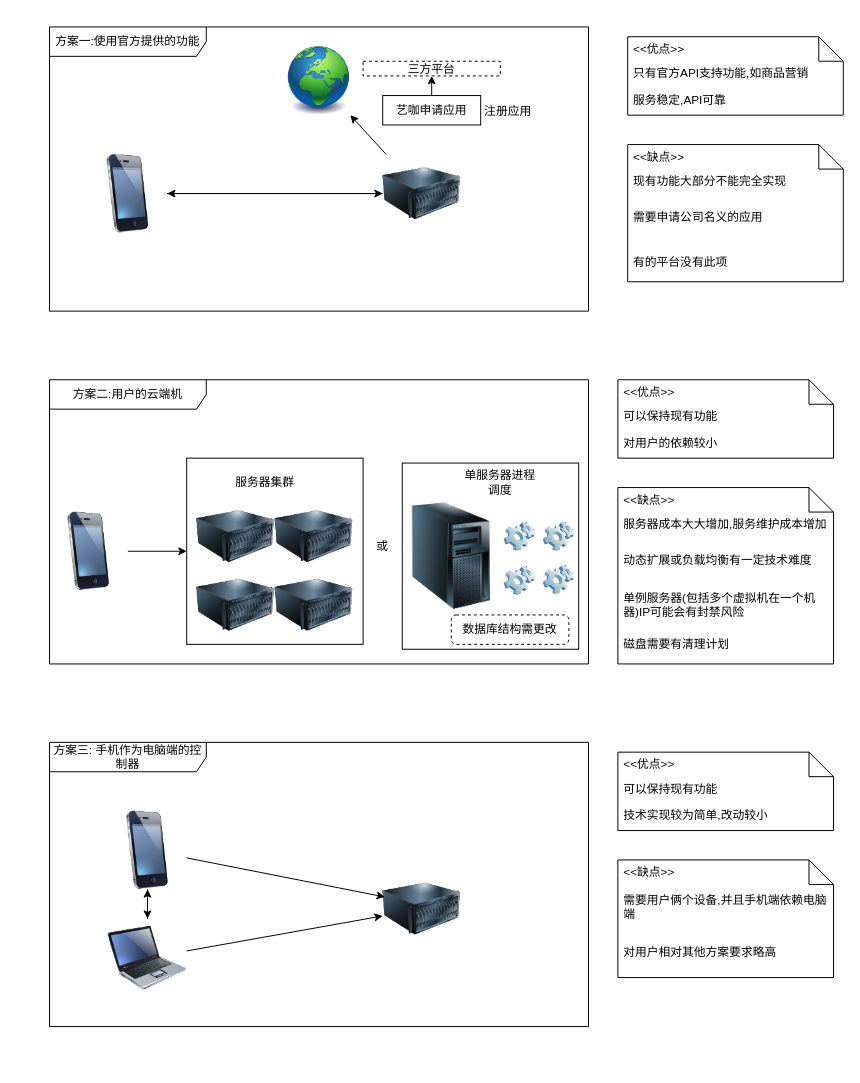
Above: app计划.dio in yikart/AiToEarn (draw.io), before the change. Source tidied: cells renumbered, new cells numbered last; positions are measured from the earlier drawing's top-left corner, leaving out a move shared by most shapes. Both pictures are drawn from the tidied source at 98%, with x=0, y=0 at pixel (49, 26).
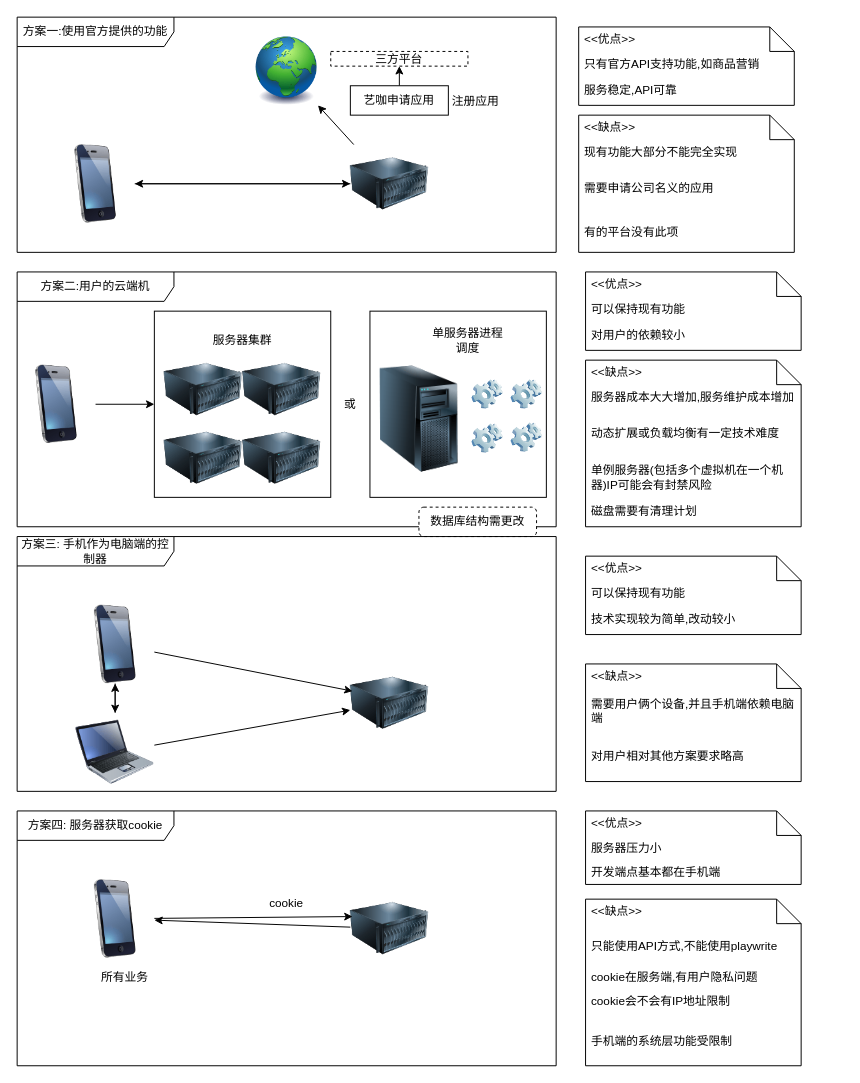
The same diagram, later.

Change to the diagram source:
```diff
@@
     <mxCell id="2" value="方案一:使用官方提供的功能" style="shape=umlFrame;whiteSpace=wrap;html=1;width=160;" parent="1" vertex="1">
-      <mxGeometry width="550" height="290" as="geometry" />
+      <mxGeometry x="-33" y="-10" width="550" height="240" as="geometry" />
     </mxCell>
@@
     <mxCell id="13" value="方案二:用户的云端机" style="shape=umlFrame;whiteSpace=wrap;html=1;width=160;" parent="1" vertex="1">
-      <mxGeometry y="360" width="550" height="290" as="geometry" />
+      <mxGeometry x="-33" y="250" width="550" height="260" as="geometry" />
     </mxCell>
@@
     <mxCell id="15" style="image;html=1;image=img/lib/clip_art/telecommunication/iPhone_128x128.png;" parent="13" vertex="1">
-      <mxGeometry y="135" width="80" height="80" as="geometry" />
+      <mxGeometry y="95" width="80" height="80" as="geometry" />
     </mxCell>
     <mxCell id="16" style="rounded=0;whiteSpace=wrap;html=1;" parent="13" vertex="1">
-      <mxGeometry x="140" y="80" width="180" height="190" as="geometry" />
+      <mxGeometry x="140" y="40" width="180" height="190" as="geometry" />
     </mxCell>
     <mxCell id="17" style="image;html=1;image=img/lib/clip_art/computers/Server_128x128.png;" parent="13" vertex="1">
-      <mxGeometry x="150" y="120" width="80" height="80" as="geometry" />
+      <mxGeometry x="150" y="80" width="80" height="80" as="geometry" />
     </mxCell>
     <mxCell id="18" style="image;html=1;image=img/lib/clip_art/computers/Server_128x128.png;" parent="13" vertex="1">
-      <mxGeometry x="230" y="120" width="80" height="80" as="geometry" />
+      <mxGeometry x="230" y="80" width="80" height="80" as="geometry" />
     </mxCell>
     <mxCell id="19" style="image;html=1;image=img/lib/clip_art/computers/Server_128x128.png;" parent="13" vertex="1">
-      <mxGeometry x="150" y="190" width="80" height="80" as="geometry" />
+      <mxGeometry x="150" y="150" width="80" height="80" as="geometry" />
     </mxCell>
     <mxCell id="20" style="image;html=1;image=img/lib/clip_art/computers/Server_128x128.png;" parent="13" vertex="1">
-      <mxGeometry x="230" y="190" width="80" height="80" as="geometry" />
+      <mxGeometry x="230" y="150" width="80" height="80" as="geometry" />
     </mxCell>
     <mxCell id="21" style="rounded=0;whiteSpace=wrap;html=1;" parent="13" vertex="1">
-      <mxGeometry x="360" y="85" width="180" height="190" as="geometry" />
+      <mxGeometry x="360" y="40" width="180" height="190" as="geometry" />
     </mxCell>
     <mxCell id="22" style="image;html=1;image=img/lib/clip_art/computers/Server_Tower_128x128.png;" parent="13" vertex="1">
-      <mxGeometry x="370" y="70" width="80" height="220" as="geometry" />
+      <mxGeometry x="370" y="40" width="80" height="220" as="geometry" />
     </mxCell>
     <mxCell id="23" value="服务器集群" style="text;html=1;align=center;verticalAlign=middle;whiteSpace=wrap;rounded=0;" parent="13" vertex="1">
-      <mxGeometry x="180" y="90" width="80" height="30" as="geometry" />
+      <mxGeometry x="190" y="55" width="80" height="30" as="geometry" />
     </mxCell>
     <mxCell id="24" style="image;html=1;image=img/lib/clip_art/computers/Software_128x128.png;" parent="13" vertex="1">
-      <mxGeometry x="460" y="145" width="40" height="30" as="geometry" />
+      <mxGeometry x="460" y="110" width="40" height="30" as="geometry" />
     </mxCell>
     <mxCell id="25" style="image;html=1;image=img/lib/clip_art/computers/Software_128x128.png;" parent="13" vertex="1">
-      <mxGeometry x="460" y="190" width="40" height="30" as="geometry" />
+      <mxGeometry x="460" y="155" width="40" height="30" as="geometry" />
     </mxCell>
     <mxCell id="26" style="image;html=1;image=img/lib/clip_art/computers/Software_128x128.png;" parent="13" vertex="1">
-      <mxGeometry x="500" y="145" width="40" height="30" as="geometry" />
+      <mxGeometry x="500" y="110" width="40" height="30" as="geometry" />
     </mxCell>
     <mxCell id="27" style="image;html=1;image=img/lib/clip_art/computers/Software_128x128.png;" parent="13" vertex="1">
-      <mxGeometry x="500" y="189" width="40" height="30" as="geometry" />
+      <mxGeometry x="500" y="154" width="40" height="30" as="geometry" />
     </mxCell>
     <mxCell id="28" value="或" style="text;html=1;align=center;verticalAlign=middle;whiteSpace=wrap;rounded=0;" parent="13" vertex="1">
-      <mxGeometry x="310" y="155" width="60" height="30" as="geometry" />
+      <mxGeometry x="310" y="120" width="60" height="30" as="geometry" />
     </mxCell>
     <mxCell id="29" value="单服务器进程调度" style="text;html=1;align=center;verticalAlign=middle;whiteSpace=wrap;rounded=0;" parent="13" vertex="1">
-      <mxGeometry x="420" y="90" width="80" height="30" as="geometry" />
+      <mxGeometry x="420" y="55" width="80" height="30" as="geometry" />
     </mxCell>
@@
     <mxCell id="31" value="方案三: 手机作为电脑端的控制器" style="shape=umlFrame;whiteSpace=wrap;html=1;width=160;" parent="1" vertex="1">
-      <mxGeometry y="730" width="550" height="290" as="geometry" />
+      <mxGeometry x="-33" y="520" width="550" height="260" as="geometry" />
     </mxCell>
@@
     <mxCell id="39" style="shape=note2;size=25;html=1;" parent="1" vertex="1">
-      <mxGeometry x="590" y="10" width="220" height="80" as="geometry" />
+      <mxGeometry x="540" width="220" height="80" as="geometry" />
     </mxCell>
@@
     <mxCell id="43" style="shape=note2;size=25;html=1;" parent="1" vertex="1">
-      <mxGeometry x="590" y="120" width="220" height="140" as="geometry" />
+      <mxGeometry x="540" y="90" width="220" height="140" as="geometry" />
     </mxCell>
@@
     <mxCell id="48" style="shape=note2;size=25;html=1;" parent="1" vertex="1">
-      <mxGeometry x="580" y="360" width="220" height="80" as="geometry" />
+      <mxGeometry x="547" y="250" width="220" height="80" as="geometry" />
     </mxCell>
@@
     <mxCell id="52" style="shape=note2;size=25;html=1;" parent="1" vertex="1">
-      <mxGeometry x="580" y="470" width="220" height="180" as="geometry" />
+      <mxGeometry x="547" y="340" width="220" height="170" as="geometry" />
     </mxCell>
@@
     <mxCell id="57" value="磁盘需要有清理计划" style="text;html=1;strokeColor=none;fillColor=none;align=left;verticalAlign=middle;spacingLeft=4;spacingRight=4;overflow=hidden;whiteSpace=wrap;" parent="52" vertex="1">
-      <mxGeometry y="140" width="220" height="40" as="geometry" />
+      <mxGeometry y="140" width="220" height="30" as="geometry" />
     </mxCell>
     <mxCell id="58" style="shape=note2;size=25;html=1;" parent="1" vertex="1">
-      <mxGeometry x="580" y="740" width="220" height="80" as="geometry" />
+      <mxGeometry x="547" y="540" width="220" height="80" as="geometry" />
     </mxCell>
@@
     <mxCell id="62" style="shape=note2;size=25;html=1;" parent="1" vertex="1">
-      <mxGeometry x="580" y="850" width="220" height="120" as="geometry" />
+      <mxGeometry x="547" y="650" width="220" height="120" as="geometry" />
     </mxCell>
@@
+    <mxCell id="66" value="方案四: 服务器获取cookie" style="shape=umlFrame;whiteSpace=wrap;html=1;width=160;" parent="1" vertex="1">
+      <mxGeometry x="-33" y="800" width="550" height="260" as="geometry" />
+    </mxCell>
+    <mxCell id="67" style="image;html=1;image=img/lib/clip_art/telecommunication/iPhone_128x128.png;" parent="66" vertex="1">
+      <mxGeometry x="60" y="70" width="80" height="80" as="geometry" />
+    </mxCell>
+    <mxCell id="68" style="edgeStyle=none;html=1;" parent="66" edge="1" source="69" target="67">
+      <mxGeometry relative="1" as="geometry" />
+    </mxCell>
+    <mxCell id="69" style="image;html=1;image=img/lib/clip_art/computers/Server_128x128.png;" parent="66" vertex="1">
+      <mxGeometry x="340" y="80" width="80" height="80" as="geometry" />
+    </mxCell>
+    <mxCell id="70" style="edgeStyle=none;html=1;entryX=0.028;entryY=0.347;entryDx=0;entryDy=0;entryPerimeter=0;" parent="66" edge="1" source="67" target="69">
+      <mxGeometry relative="1" as="geometry" />
+    </mxCell>
+    <mxCell id="71" value="cookie" style="text;html=1;align=center;verticalAlign=middle;whiteSpace=wrap;rounded=0;" parent="66" vertex="1">
+      <mxGeometry x="245" y="80" width="60" height="30" as="geometry" />
+    </mxCell>
+    <mxCell id="72" value="所有业务" style="text;html=1;align=center;verticalAlign=middle;whiteSpace=wrap;rounded=0;" parent="66" vertex="1">
+      <mxGeometry x="80" y="155" width="60" height="30" as="geometry" />
+    </mxCell>
+    <mxCell id="73" style="shape=note2;size=25;html=1;" parent="1" vertex="1">
+      <mxGeometry x="547" y="800" width="220" height="75" as="geometry" />
+    </mxCell>
+    <mxCell id="74" value="&amp;lt;&amp;lt;优点&amp;gt;&amp;gt;" style="text;html=1;strokeColor=none;fillColor=none;align=left;verticalAlign=middle;spacingLeft=4;spacingRight=4;overflow=hidden;whiteSpace=wrap;" parent="73" vertex="1">
+      <mxGeometry width="220" height="25" as="geometry" />
+    </mxCell>
+    <mxCell id="75" value="服务器压力小" style="text;html=1;strokeColor=none;fillColor=none;align=left;verticalAlign=middle;spacingLeft=4;spacingRight=4;overflow=hidden;whiteSpace=wrap;" parent="73" vertex="1">
+      <mxGeometry y="25" width="220" height="25" as="geometry" />
+    </mxCell>
+    <mxCell id="76" value="开发端点基本都在手机端" style="text;html=1;strokeColor=none;fillColor=none;align=left;verticalAlign=middle;spacingLeft=4;spacingRight=4;overflow=hidden;whiteSpace=wrap;" parent="73" vertex="1">
+      <mxGeometry y="50" width="220" height="25" as="geometry" />
+    </mxCell>
+    <mxCell id="77" style="shape=note2;size=25;html=1;" parent="1" vertex="1">
+      <mxGeometry x="547" y="890" width="220" height="170" as="geometry" />
+    </mxCell>
+    <mxCell id="78" value="&amp;lt;&amp;lt;缺点&amp;gt;&amp;gt;" style="text;html=1;strokeColor=none;fillColor=none;align=left;verticalAlign=middle;spacingLeft=4;spacingRight=4;overflow=hidden;whiteSpace=wrap;" parent="77" vertex="1">
+      <mxGeometry width="220" height="25" as="geometry" />
+    </mxCell>
+    <mxCell id="79" value="只能使用API方式,不能使用playwrite" style="text;html=1;strokeColor=none;fillColor=none;align=left;verticalAlign=middle;spacingLeft=4;spacingRight=4;overflow=hidden;whiteSpace=wrap;" parent="77" vertex="1">
+      <mxGeometry y="25" width="220" height="45" as="geometry" />
+    </mxCell>
+    <mxCell id="80" value="cookie在服务端,有用户隐私问题" style="text;html=1;strokeColor=none;fillColor=none;align=left;verticalAlign=middle;spacingLeft=4;spacingRight=4;overflow=hidden;whiteSpace=wrap;" parent="77" vertex="1">
+      <mxGeometry y="70" width="220" height="20" as="geometry" />
+    </mxCell>
+    <mxCell id="81" value="cookie会不会有IP地址限制" style="text;html=1;strokeColor=none;fillColor=none;align=left;verticalAlign=middle;spacingLeft=4;spacingRight=4;overflow=hidden;whiteSpace=wrap;" parent="77" vertex="1">
+      <mxGeometry y="90" width="220" height="30" as="geometry" />
+    </mxCell>
+    <mxCell id="82" value="手机端的系统层功能受限制" style="text;html=1;strokeColor=none;fillColor=none;align=left;verticalAlign=middle;spacingLeft=4;spacingRight=4;overflow=hidden;whiteSpace=wrap;" parent="77" vertex="1">
+      <mxGeometry y="120" width="220" height="50" as="geometry" />
+    </mxCell>
```
